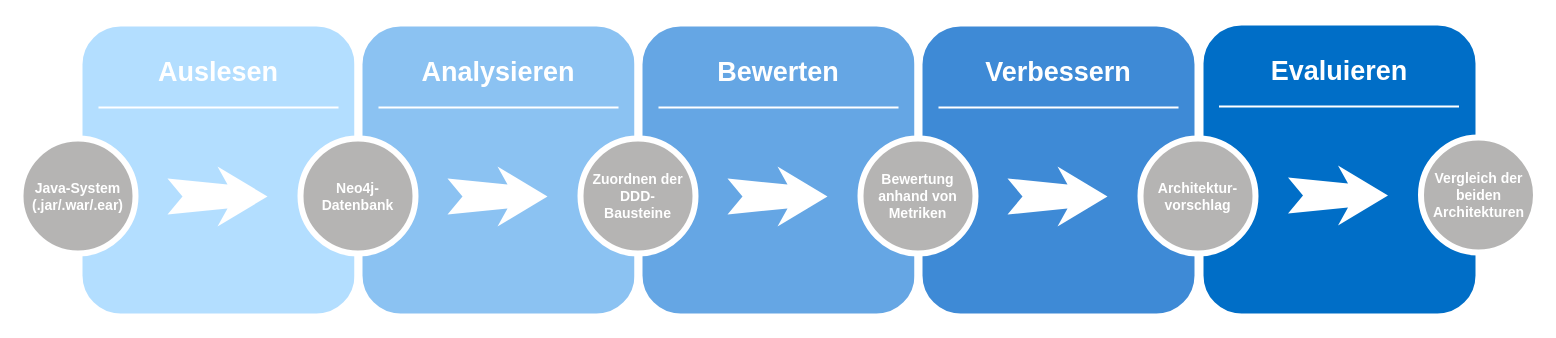
DanielKraft/bachelor-thesis keeps this draw.io diagram as page "German" (1 of 2) of gfx/raw/Workflow.drawio. Above is the earlier version. Source tidied: cells renumbered, new cells numbered last; positions are measured from the earlier drawing's top-left corner, leaving out a move shared by most shapes. Both pictures are drawn from the tidied source at 100%, with x=0, y=0 at pixel (20, 21).
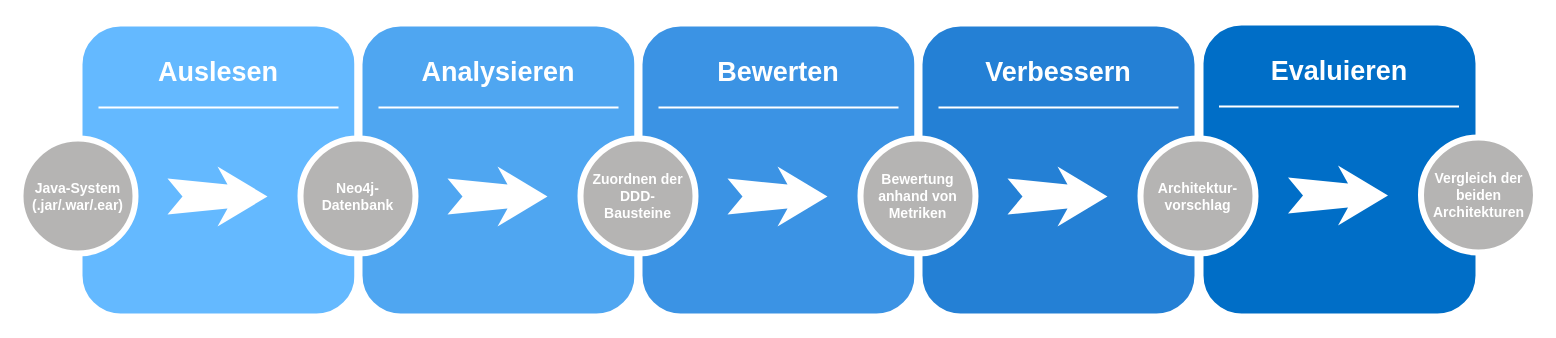
The same page after the edit.

The edit, as a diff of the source:
```diff
@@
-    <mxCell id="7" style="whiteSpace=wrap;html=1;rounded=1;shadow=0;strokeWidth=8;fontSize=20;align=center;fillColor=#b3deff;strokeColor=#FFFFFF;" parent="1" vertex="1">
+    <mxCell id="7" style="whiteSpace=wrap;html=1;rounded=1;shadow=0;strokeWidth=8;fontSize=20;align=center;fillColor=#64b9ff;strokeColor=#FFFFFF;" parent="1" vertex="1">
       <mxGeometry x="58" y="1" width="280" height="295" as="geometry" />
     </mxCell>
@@
-    <mxCell id="12" style="whiteSpace=wrap;html=1;rounded=1;shadow=0;strokeWidth=8;fontSize=20;align=center;fillColor=#8bc2f2;strokeColor=#FFFFFF;" parent="1" vertex="1">
+    <mxCell id="12" style="whiteSpace=wrap;html=1;rounded=1;shadow=0;strokeWidth=8;fontSize=20;align=center;fillColor=#4fa6f1;strokeColor=#FFFFFF;" parent="1" vertex="1">
       <mxGeometry x="338" y="1" width="280" height="295" as="geometry" />
     </mxCell>
@@
-    <mxCell id="17" style="whiteSpace=wrap;html=1;rounded=1;shadow=0;strokeWidth=8;fontSize=20;align=center;fillColor=#65a6e4;strokeColor=#FFFFFF;" parent="1" vertex="1">
+    <mxCell id="17" style="whiteSpace=wrap;html=1;rounded=1;shadow=0;strokeWidth=8;fontSize=20;align=center;fillColor=#3b93e4;strokeColor=#FFFFFF;" parent="1" vertex="1">
       <mxGeometry x="618" y="1" width="280" height="295" as="geometry" />
     </mxCell>
@@
-    <mxCell id="22" style="whiteSpace=wrap;html=1;rounded=1;shadow=0;strokeWidth=8;fontSize=20;align=center;fillColor=#3e8ad6;strokeColor=#FFFFFF;" parent="1" vertex="1">
+    <mxCell id="22" style="whiteSpace=wrap;html=1;rounded=1;shadow=0;strokeWidth=8;fontSize=20;align=center;fillColor=#2480d5;strokeColor=#FFFFFF;" parent="1" vertex="1">
       <mxGeometry x="898" y="1" width="280" height="295" as="geometry" />
     </mxCell>
```
